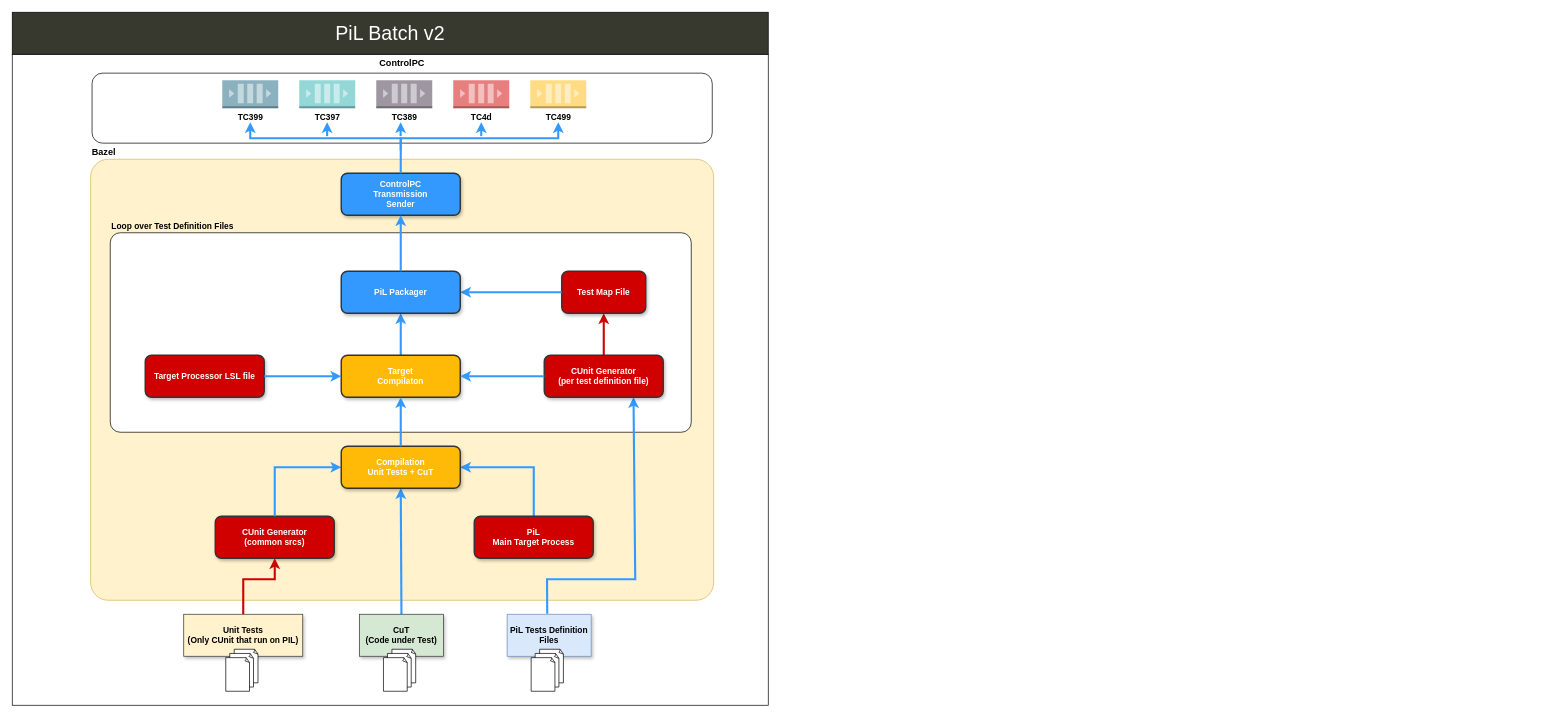
The draw.io diagram Untitled Diagram.drawio in joaoaccardoso/diagrams-tests, before the edit. Source tidied: cells renumbered, new cells numbered last; positions are measured from the earlier drawing's top-left corner, leaving out a move shared by most shapes. Both pictures are drawn from the tidied source at 70%, with x=0, y=0 at pixel (12, 12).
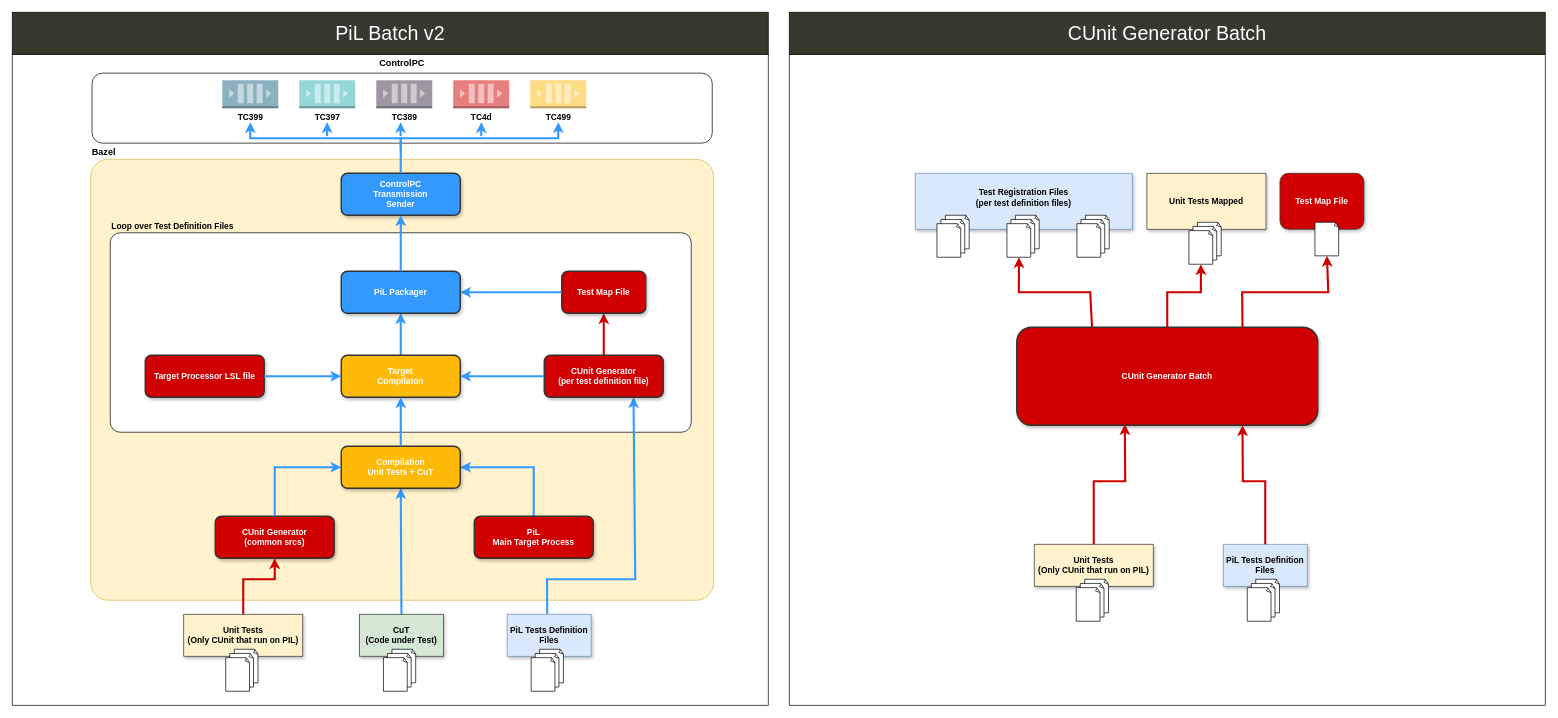
The same diagram, later.

Change to the diagram source:
```diff
@@
+    <mxCell id="56" style="rounded=0;whiteSpace=wrap;html=1;" parent="1" vertex="1">
+      <mxGeometry x="1110" y="60" width="1080" height="930" as="geometry" />
+    </mxCell>
@@
+    <mxCell id="57" value="CUnit Generator Batch" style="rounded=1;whiteSpace=wrap;html=1;fillColor=#D00000;fontColor=#ffffff;strokeColor=#333333;glass=0;strokeWidth=2;shadow=1;fontStyle=1;" parent="1" vertex="1">
+      <mxGeometry x="1435" y="450" width="430" height="140" as="geometry" />
+    </mxCell>
+    <mxCell id="58" style="group;" parent="1" vertex="1">
+      <mxGeometry x="1460" y="760" width="170" height="110" as="geometry" />
+    </mxCell>
+    <mxCell id="59" value="Unit Tests&lt;div&gt;(Only CUnit that run on PIL)&lt;/div&gt;" style="rounded=0;whiteSpace=wrap;html=1;fillColor=#fff2cc;strokeColor=#333333;fontStyle=1;shadow=1;" parent="58" vertex="1">
+      <mxGeometry width="170" height="60" as="geometry" />
+    </mxCell>
+    <mxCell id="60" style="group;" parent="58" vertex="1">
+      <mxGeometry x="60" y="50" width="51.4" height="60" as="geometry" />
+    </mxCell>
+    <mxCell id="61" style="whiteSpace=wrap;html=1;shape=mxgraph.basic.document;" parent="60" vertex="1">
+      <mxGeometry x="12.1" width="34.3" height="48" as="geometry" />
+    </mxCell>
+    <mxCell id="62" style="whiteSpace=wrap;html=1;shape=mxgraph.basic.document;" parent="60" vertex="1">
+      <mxGeometry x="5.7" y="6" width="34.3" height="48" as="geometry" />
+    </mxCell>
+    <mxCell id="63" style="whiteSpace=wrap;html=1;shape=mxgraph.basic.document;" parent="60" vertex="1">
+      <mxGeometry y="12" width="34.3" height="48" as="geometry" />
+    </mxCell>
+    <mxCell id="64" style="group;" parent="1" vertex="1">
+      <mxGeometry x="1730" y="760" width="120" height="110" as="geometry" />
+    </mxCell>
+    <mxCell id="65" value="PiL Tests Definition&lt;div&gt;Files&lt;/div&gt;" style="rounded=0;whiteSpace=wrap;html=1;fillColor=#dae8fc;strokeColor=#6c8ebf;fontStyle=1;shadow=1;" parent="64" vertex="1">
+      <mxGeometry width="120" height="60" as="geometry" />
+    </mxCell>
+    <mxCell id="66" style="group;" parent="64" vertex="1">
+      <mxGeometry x="34.3" y="50" width="51.4" height="60" as="geometry" />
+    </mxCell>
+    <mxCell id="67" style="whiteSpace=wrap;html=1;shape=mxgraph.basic.document;" parent="66" vertex="1">
+      <mxGeometry x="12.1" width="34.3" height="48" as="geometry" />
+    </mxCell>
+    <mxCell id="68" style="whiteSpace=wrap;html=1;shape=mxgraph.basic.document;" parent="66" vertex="1">
+      <mxGeometry x="5.7" y="6" width="34.3" height="48" as="geometry" />
+    </mxCell>
+    <mxCell id="69" style="whiteSpace=wrap;html=1;shape=mxgraph.basic.document;" parent="66" vertex="1">
+      <mxGeometry y="12" width="34.3" height="48" as="geometry" />
+    </mxCell>
+    <mxCell id="70" style="endArrow=classic;html=1;rounded=0;entryX=0.359;entryY=0.989;entryDx=0;entryDy=0;exitX=0.5;exitY=0;exitDx=0;exitDy=0;strokeWidth=3;strokeColor=#D00000;flowAnimation=1;entryPerimeter=0;" parent="1" edge="1" source="59" target="57">
+      <mxGeometry relative="1" as="geometry">
+        <Array as="points">
+          <mxPoint x="1545" y="670" />
+          <mxPoint x="1590" y="670" />
+        </Array>
+      </mxGeometry>
+    </mxCell>
+    <mxCell id="71" style="endArrow=classic;html=1;rounded=0;entryX=0.75;entryY=1;entryDx=0;entryDy=0;exitX=0.5;exitY=0;exitDx=0;exitDy=0;strokeWidth=3;strokeColor=#D00000;flowAnimation=1;" parent="1" edge="1" source="65" target="57">
+      <mxGeometry relative="1" as="geometry">
+        <Array as="points">
+          <mxPoint x="1790" y="670" />
+          <mxPoint x="1758" y="670" />
+        </Array>
+      </mxGeometry>
+    </mxCell>
+    <mxCell id="72" value="&lt;div&gt;&lt;br&gt;&lt;/div&gt;&lt;div&gt;Test Registration Files&lt;/div&gt;&lt;div&gt;(per test definition files)&lt;/div&gt;&lt;div&gt;&lt;br&gt;&lt;/div&gt;" style="rounded=0;whiteSpace=wrap;html=1;fillColor=#dae8fc;strokeColor=#6c8ebf;fontStyle=1;verticalAlign=top;shadow=1;" parent="1" vertex="1">
+      <mxGeometry x="1290" y="230" width="310" height="80" as="geometry" />
+    </mxCell>
+    <mxCell id="73" style="group;rotation=90;" parent="1" vertex="1">
+      <mxGeometry x="1321" y="290" width="51.4" height="60" as="geometry" />
+    </mxCell>
+    <mxCell id="74" style="whiteSpace=wrap;html=1;shape=mxgraph.basic.document;" parent="73" vertex="1">
+      <mxGeometry x="12.1" width="34.3" height="48" as="geometry" />
+    </mxCell>
+    <mxCell id="75" style="whiteSpace=wrap;html=1;shape=mxgraph.basic.document;" parent="73" vertex="1">
+      <mxGeometry x="5.7" y="6" width="34.3" height="48" as="geometry" />
+    </mxCell>
+    <mxCell id="76" style="whiteSpace=wrap;html=1;shape=mxgraph.basic.document;" parent="73" vertex="1">
+      <mxGeometry y="12" width="34.3" height="48" as="geometry" />
+    </mxCell>
+    <mxCell id="77" style="group;rotation=90;" parent="1" vertex="1">
+      <mxGeometry x="1421" y="290" width="51.4" height="60" as="geometry" />
+    </mxCell>
+    <mxCell id="78" style="whiteSpace=wrap;html=1;shape=mxgraph.basic.document;" parent="77" vertex="1">
+      <mxGeometry x="12.1" width="34.3" height="48" as="geometry" />
+    </mxCell>
+    <mxCell id="79" style="whiteSpace=wrap;html=1;shape=mxgraph.basic.document;" parent="77" vertex="1">
+      <mxGeometry x="5.7" y="6" width="34.3" height="48" as="geometry" />
+    </mxCell>
+    <mxCell id="80" style="whiteSpace=wrap;html=1;shape=mxgraph.basic.document;" parent="77" vertex="1">
+      <mxGeometry y="12" width="34.3" height="48" as="geometry" />
+    </mxCell>
+    <mxCell id="81" style="group;rotation=90;" parent="1" vertex="1">
+      <mxGeometry x="1521" y="290" width="51.4" height="60" as="geometry" />
+    </mxCell>
+    <mxCell id="82" style="whiteSpace=wrap;html=1;shape=mxgraph.basic.document;" parent="81" vertex="1">
+      <mxGeometry x="12.1" width="34.3" height="48" as="geometry" />
+    </mxCell>
+    <mxCell id="83" style="whiteSpace=wrap;html=1;shape=mxgraph.basic.document;" parent="81" vertex="1">
+      <mxGeometry x="5.7" y="6" width="34.3" height="48" as="geometry" />
+    </mxCell>
+    <mxCell id="84" style="whiteSpace=wrap;html=1;shape=mxgraph.basic.document;" parent="81" vertex="1">
+      <mxGeometry y="12" width="34.3" height="48" as="geometry" />
+    </mxCell>
+    <mxCell id="85" style="group;" parent="1" vertex="1">
+      <mxGeometry x="1621" y="250" width="170" height="110" as="geometry" />
+    </mxCell>
+    <mxCell id="86" value="Unit Tests Mapped" style="rounded=0;whiteSpace=wrap;html=1;fillColor=#fff2cc;strokeColor=#333333;fontStyle=1;shadow=1;" parent="85" vertex="1">
+      <mxGeometry y="-20" width="170" height="80" as="geometry" />
+    </mxCell>
+    <mxCell id="87" style="group;" parent="85" vertex="1">
+      <mxGeometry x="60" y="50" width="51.4" height="60" as="geometry" />
+    </mxCell>
+    <mxCell id="88" style="whiteSpace=wrap;html=1;shape=mxgraph.basic.document;" parent="87" vertex="1">
+      <mxGeometry x="12.1" width="34.3" height="48" as="geometry" />
+    </mxCell>
+    <mxCell id="89" style="whiteSpace=wrap;html=1;shape=mxgraph.basic.document;" parent="87" vertex="1">
+      <mxGeometry x="5.7" y="6" width="34.3" height="48" as="geometry" />
+    </mxCell>
+    <mxCell id="90" style="whiteSpace=wrap;html=1;shape=mxgraph.basic.document;" parent="87" vertex="1">
+      <mxGeometry y="12" width="34.3" height="48" as="geometry" />
+    </mxCell>
+    <mxCell id="91" value="Test Map File" style="whiteSpace=wrap;html=1;rounded=1;shadow=1;glass=0;strokeColor=#333333;strokeWidth=1;align=center;verticalAlign=middle;fontFamily=Helvetica;fontSize=12;fontColor=#ffffff;fillColor=#D00000;fontStyle=1;" parent="1" vertex="1">
+      <mxGeometry x="1811" y="230" width="120" height="80" as="geometry" />
+    </mxCell>
+    <mxCell id="92" style="whiteSpace=wrap;html=1;shape=mxgraph.basic.document;" parent="1" vertex="1">
+      <mxGeometry x="1861" y="300" width="34.3" height="48" as="geometry" />
+    </mxCell>
+    <mxCell id="93" style="endArrow=classic;html=1;rounded=0;entryX=0.5;entryY=1;entryDx=0;entryDy=0;exitX=0.25;exitY=0;exitDx=0;exitDy=0;strokeWidth=3;strokeColor=#D00000;flowAnimation=1;entryPerimeter=0;" parent="1" edge="1" source="57" target="80">
+      <mxGeometry relative="1" as="geometry">
+        <Array as="points">
+          <mxPoint x="1540" y="400" />
+          <mxPoint x="1438" y="400" />
+        </Array>
+      </mxGeometry>
+    </mxCell>
+    <mxCell id="94" style="endArrow=classic;html=1;rounded=0;entryX=0.5;entryY=1;entryDx=0;entryDy=0;exitX=0.5;exitY=0;exitDx=0;exitDy=0;strokeWidth=3;strokeColor=#D00000;flowAnimation=1;entryPerimeter=0;" parent="1" edge="1" source="57" target="90">
+      <mxGeometry relative="1" as="geometry">
+        <Array as="points">
+          <mxPoint x="1650" y="400" />
+          <mxPoint x="1698" y="400" />
+        </Array>
+      </mxGeometry>
+    </mxCell>
+    <mxCell id="95" style="endArrow=classic;html=1;rounded=0;entryX=0.5;entryY=1;entryDx=0;entryDy=0;exitX=0.75;exitY=0;exitDx=0;exitDy=0;strokeWidth=3;strokeColor=#D00000;flowAnimation=1;entryPerimeter=0;" parent="1" edge="1" source="57" target="92">
+      <mxGeometry relative="1" as="geometry">
+        <Array as="points">
+          <mxPoint x="1757" y="400" />
+          <mxPoint x="1880" y="400" />
+        </Array>
+      </mxGeometry>
+    </mxCell>
+    <mxCell id="96" value="CUnit Generator Batch" style="rounded=0;whiteSpace=wrap;html=1;fillColor=#37392E;fontSize=28;fontStyle=0;fontColor=#FFFFFF;" parent="1" vertex="1">
+      <mxGeometry x="1110" width="1080" height="60" as="geometry" />
+    </mxCell>
```
